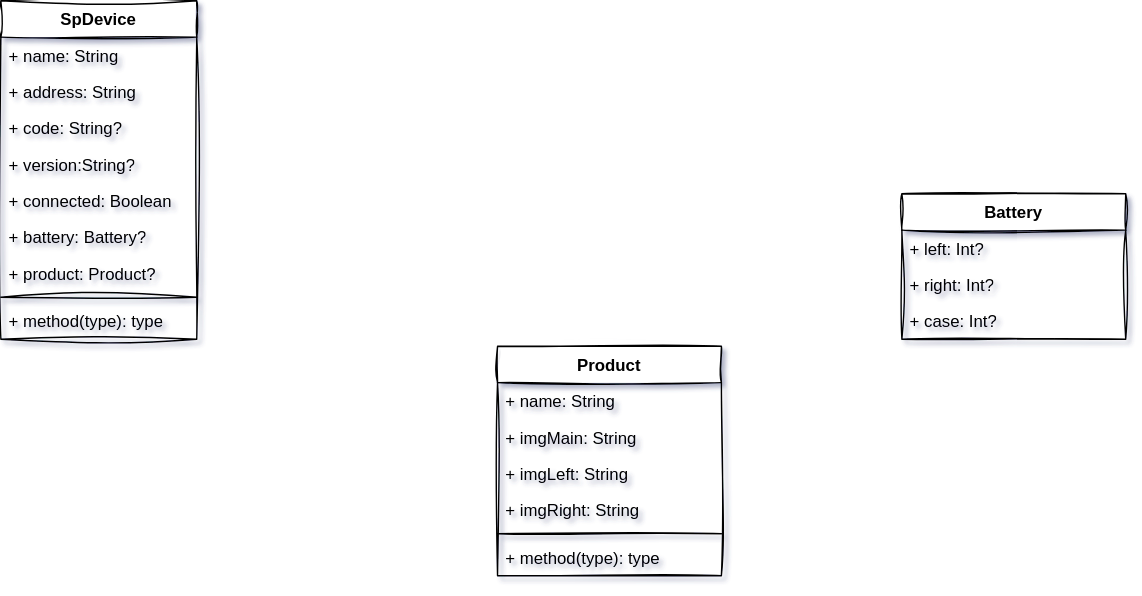
kekemao00/draw-libs keeps this draw.io diagram as 未命名绘图.drawio.svg. Above is the earlier version. Source tidied: cells renumbered, new cells last; positions are measured from the earlier drawing's top-left corner, leaving out a move shared by most shapes.
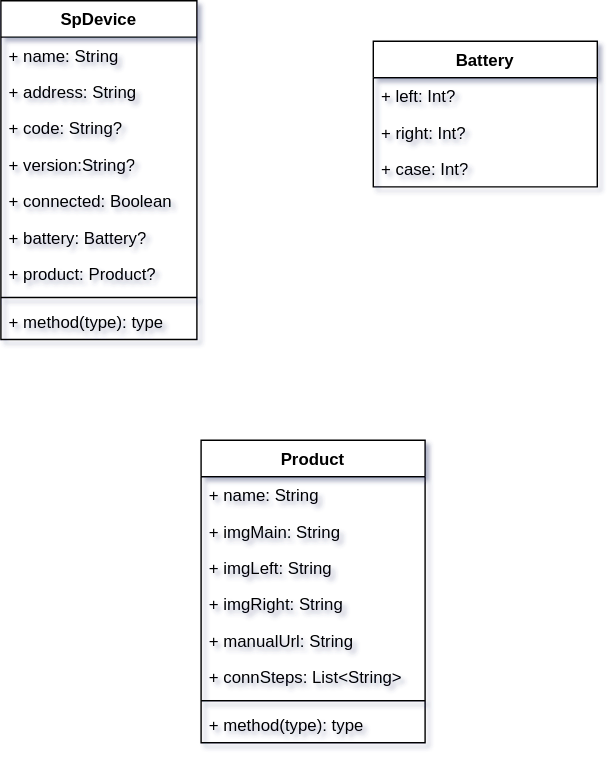
The same file after the commit.

Commit message:
更新未命名绘图.drawio.svg

Diff of the diagram source:
```diff
@@ -2,68 +2,74 @@
   <root>
     <mxCell id="0" />
     <mxCell id="1" parent="0" />
-    <mxCell id="2" value="SpDevice" style="swimlane;fontStyle=1;align=center;verticalAlign=top;horizontal=1;startSize=26;whiteSpace=wrap;html=1;labelBackgroundColor=none;rounded=0;sketch=1;curveFitting=1;jiggle=2;" parent="1" vertex="1">
+    <mxCell id="2" value="SpDevice" style="swimlane;fontStyle=1;align=center;verticalAlign=top;horizontal=1;startSize=26;whiteSpace=wrap;html=1;labelBackgroundColor=none;rounded=0;" parent="1" vertex="1">
       <mxGeometry width="140" height="242" as="geometry" />
     </mxCell>
-    <mxCell id="3" value="+ name: String" style="text;strokeColor=none;fillColor=none;align=left;verticalAlign=top;spacingLeft=4;spacingRight=4;overflow=hidden;whiteSpace=wrap;html=1;labelBackgroundColor=none;rounded=0;sketch=1;curveFitting=1;jiggle=2;" parent="2" vertex="1">
+    <mxCell id="3" value="+ name: String" style="text;strokeColor=none;fillColor=none;align=left;verticalAlign=top;spacingLeft=4;spacingRight=4;overflow=hidden;whiteSpace=wrap;html=1;labelBackgroundColor=none;rounded=0;" parent="2" vertex="1">
       <mxGeometry y="26" width="140" height="26" as="geometry" />
     </mxCell>
-    <mxCell id="4" value="+ address: String" style="text;strokeColor=none;fillColor=none;align=left;verticalAlign=top;spacingLeft=4;spacingRight=4;overflow=hidden;whiteSpace=wrap;html=1;labelBackgroundColor=none;rounded=0;sketch=1;curveFitting=1;jiggle=2;" parent="2" vertex="1">
+    <mxCell id="4" value="+ address: String" style="text;strokeColor=none;fillColor=none;align=left;verticalAlign=top;spacingLeft=4;spacingRight=4;overflow=hidden;whiteSpace=wrap;html=1;labelBackgroundColor=none;rounded=0;" parent="2" vertex="1">
       <mxGeometry y="52" width="140" height="26" as="geometry" />
     </mxCell>
-    <mxCell id="5" value="+ code: String?" style="text;strokeColor=none;fillColor=none;align=left;verticalAlign=top;spacingLeft=4;spacingRight=4;overflow=hidden;whiteSpace=wrap;html=1;labelBackgroundColor=none;rounded=0;sketch=1;curveFitting=1;jiggle=2;" parent="2" vertex="1">
+    <mxCell id="5" value="+ code: String?" style="text;strokeColor=none;fillColor=none;align=left;verticalAlign=top;spacingLeft=4;spacingRight=4;overflow=hidden;whiteSpace=wrap;html=1;labelBackgroundColor=none;rounded=0;" parent="2" vertex="1">
       <mxGeometry y="78" width="140" height="26" as="geometry" />
     </mxCell>
-    <mxCell id="6" value="+ version:String?" style="text;strokeColor=none;fillColor=none;align=left;verticalAlign=top;spacingLeft=4;spacingRight=4;overflow=hidden;whiteSpace=wrap;html=1;labelBackgroundColor=none;rounded=0;sketch=1;curveFitting=1;jiggle=2;" parent="2" vertex="1">
+    <mxCell id="6" value="+ version:String?" style="text;strokeColor=none;fillColor=none;align=left;verticalAlign=top;spacingLeft=4;spacingRight=4;overflow=hidden;whiteSpace=wrap;html=1;labelBackgroundColor=none;rounded=0;" parent="2" vertex="1">
       <mxGeometry y="104" width="140" height="26" as="geometry" />
     </mxCell>
-    <mxCell id="7" value="+ connected: Boolean" style="text;strokeColor=none;fillColor=none;align=left;verticalAlign=top;spacingLeft=4;spacingRight=4;overflow=hidden;whiteSpace=wrap;html=1;labelBackgroundColor=none;rounded=0;sketch=1;curveFitting=1;jiggle=2;" parent="2" vertex="1">
+    <mxCell id="7" value="+ connected: Boolean" style="text;strokeColor=none;fillColor=none;align=left;verticalAlign=top;spacingLeft=4;spacingRight=4;overflow=hidden;whiteSpace=wrap;html=1;labelBackgroundColor=none;rounded=0;" parent="2" vertex="1">
       <mxGeometry y="130" width="140" height="26" as="geometry" />
     </mxCell>
-    <mxCell id="8" value="+ battery: Battery?&lt;div&gt;&lt;br&gt;&lt;/div&gt;" style="text;strokeColor=none;fillColor=none;align=left;verticalAlign=top;spacingLeft=4;spacingRight=4;overflow=hidden;whiteSpace=wrap;html=1;labelBackgroundColor=none;rounded=0;sketch=1;curveFitting=1;jiggle=2;" parent="2" vertex="1">
+    <mxCell id="8" value="+ battery: Battery?&lt;div&gt;&lt;br&gt;&lt;/div&gt;" style="text;strokeColor=none;fillColor=none;align=left;verticalAlign=top;spacingLeft=4;spacingRight=4;overflow=hidden;whiteSpace=wrap;html=1;labelBackgroundColor=none;rounded=0;" parent="2" vertex="1">
       <mxGeometry y="156" width="140" height="26" as="geometry" />
     </mxCell>
-    <mxCell id="9" value="+ product: Product?" style="text;strokeColor=none;fillColor=none;align=left;verticalAlign=top;spacingLeft=4;spacingRight=4;overflow=hidden;whiteSpace=wrap;html=1;labelBackgroundColor=none;rounded=0;sketch=1;curveFitting=1;jiggle=2;" parent="2" vertex="1">
+    <mxCell id="9" value="+ product: Product?" style="text;strokeColor=none;fillColor=none;align=left;verticalAlign=top;spacingLeft=4;spacingRight=4;overflow=hidden;whiteSpace=wrap;html=1;labelBackgroundColor=none;rounded=0;" parent="2" vertex="1">
       <mxGeometry y="182" width="140" height="26" as="geometry" />
     </mxCell>
-    <mxCell id="10" style="line;strokeWidth=1;fillColor=none;align=left;verticalAlign=middle;spacingTop=-1;spacingLeft=3;spacingRight=3;labelPosition=right;labelBackgroundColor=none;rounded=0;sketch=1;curveFitting=1;jiggle=2;" parent="2" vertex="1">
+    <mxCell id="10" style="line;strokeWidth=1;fillColor=none;align=left;verticalAlign=middle;spacingTop=-1;spacingLeft=3;spacingRight=3;labelPosition=right;labelBackgroundColor=none;rounded=0;" parent="2" vertex="1">
       <mxGeometry y="208" width="140" height="8" as="geometry" />
     </mxCell>
-    <mxCell id="11" value="+ method(type): type" style="text;strokeColor=none;fillColor=none;align=left;verticalAlign=top;spacingLeft=4;spacingRight=4;overflow=hidden;whiteSpace=wrap;html=1;labelBackgroundColor=none;rounded=0;sketch=1;curveFitting=1;jiggle=2;" parent="2" vertex="1">
+    <mxCell id="11" value="+ method(type): type" style="text;strokeColor=none;fillColor=none;align=left;verticalAlign=top;spacingLeft=4;spacingRight=4;overflow=hidden;whiteSpace=wrap;html=1;labelBackgroundColor=none;rounded=0;" parent="2" vertex="1">
       <mxGeometry y="216" width="140" height="26" as="geometry" />
     </mxCell>
-    <mxCell id="12" value="Battery" style="swimlane;fontStyle=1;align=center;verticalAlign=top;horizontal=1;startSize=26;whiteSpace=wrap;html=1;labelBackgroundColor=none;rounded=0;sketch=1;curveFitting=1;jiggle=2;" parent="1" vertex="1">
-      <mxGeometry x="644" y="138" width="160" height="104" as="geometry" />
+    <mxCell id="12" value="Battery" style="swimlane;fontStyle=1;align=center;verticalAlign=top;horizontal=1;startSize=26;whiteSpace=wrap;html=1;labelBackgroundColor=none;rounded=0;" parent="1" vertex="1">
+      <mxGeometry x="266" y="29" width="160" height="104" as="geometry" />
     </mxCell>
-    <mxCell id="13" value="+&amp;nbsp;left: Int?" style="text;strokeColor=none;fillColor=none;align=left;verticalAlign=top;spacingLeft=4;spacingRight=4;overflow=hidden;whiteSpace=wrap;html=1;labelBackgroundColor=none;rounded=0;sketch=1;curveFitting=1;jiggle=2;" parent="12" vertex="1">
+    <mxCell id="13" value="+&amp;nbsp;left: Int?" style="text;strokeColor=none;fillColor=none;align=left;verticalAlign=top;spacingLeft=4;spacingRight=4;overflow=hidden;whiteSpace=wrap;html=1;labelBackgroundColor=none;rounded=0;" parent="12" vertex="1">
       <mxGeometry y="26" width="160" height="26" as="geometry" />
     </mxCell>
-    <mxCell id="14" value="+ right&lt;span style=&quot;background-color: transparent; color: light-dark(rgb(0, 0, 0), rgb(255, 255, 255));&quot;&gt;: Int?&lt;/span&gt;" style="text;strokeColor=none;fillColor=none;align=left;verticalAlign=top;spacingLeft=4;spacingRight=4;overflow=hidden;whiteSpace=wrap;html=1;labelBackgroundColor=none;rounded=0;sketch=1;curveFitting=1;jiggle=2;" parent="12" vertex="1">
+    <mxCell id="14" value="+ right&lt;span style=&quot;background-color: transparent; color: light-dark(rgb(0, 0, 0), rgb(255, 255, 255));&quot;&gt;: Int?&lt;/span&gt;" style="text;strokeColor=none;fillColor=none;align=left;verticalAlign=top;spacingLeft=4;spacingRight=4;overflow=hidden;whiteSpace=wrap;html=1;labelBackgroundColor=none;rounded=0;" parent="12" vertex="1">
       <mxGeometry y="52" width="160" height="26" as="geometry" />
     </mxCell>
-    <mxCell id="15" value="+ case: Int?" style="text;strokeColor=none;fillColor=none;align=left;verticalAlign=top;spacingLeft=4;spacingRight=4;overflow=hidden;whiteSpace=wrap;html=1;labelBackgroundColor=none;rounded=0;sketch=1;curveFitting=1;jiggle=2;" parent="12" vertex="1">
+    <mxCell id="15" value="+ case: Int?" style="text;strokeColor=none;fillColor=none;align=left;verticalAlign=top;spacingLeft=4;spacingRight=4;overflow=hidden;whiteSpace=wrap;html=1;labelBackgroundColor=none;rounded=0;" parent="12" vertex="1">
       <mxGeometry y="78" width="160" height="26" as="geometry" />
     </mxCell>
-    <mxCell id="16" value="Product" style="swimlane;fontStyle=1;align=center;verticalAlign=top;horizontal=1;startSize=26;whiteSpace=wrap;html=1;labelBackgroundColor=none;rounded=0;sketch=1;curveFitting=1;jiggle=2;" parent="1" vertex="1">
-      <mxGeometry x="355" y="247" width="160" height="164" as="geometry" />
+    <mxCell id="16" value="Product" style="swimlane;fontStyle=1;align=center;verticalAlign=top;horizontal=1;startSize=26;whiteSpace=wrap;html=1;labelBackgroundColor=none;rounded=0;" parent="1" vertex="1">
+      <mxGeometry x="143" y="314" width="160" height="216" as="geometry" />
     </mxCell>
-    <mxCell id="17" value="+ name: String" style="text;strokeColor=none;fillColor=none;align=left;verticalAlign=top;spacingLeft=4;spacingRight=4;overflow=hidden;whiteSpace=wrap;html=1;labelBackgroundColor=none;rounded=0;sketch=1;curveFitting=1;jiggle=2;" parent="16" vertex="1">
+    <mxCell id="17" value="+ name: String" style="text;strokeColor=none;fillColor=none;align=left;verticalAlign=top;spacingLeft=4;spacingRight=4;overflow=hidden;whiteSpace=wrap;html=1;labelBackgroundColor=none;rounded=0;" parent="16" vertex="1">
       <mxGeometry y="26" width="160" height="26" as="geometry" />
     </mxCell>
-    <mxCell id="18" value="+ imgMain: String" style="text;strokeColor=none;fillColor=none;align=left;verticalAlign=top;spacingLeft=4;spacingRight=4;overflow=hidden;whiteSpace=wrap;html=1;labelBackgroundColor=none;rounded=0;sketch=1;curveFitting=1;jiggle=2;" parent="16" vertex="1">
+    <mxCell id="18" value="+ imgMain: String" style="text;strokeColor=none;fillColor=none;align=left;verticalAlign=top;spacingLeft=4;spacingRight=4;overflow=hidden;whiteSpace=wrap;html=1;labelBackgroundColor=none;rounded=0;" parent="16" vertex="1">
       <mxGeometry y="52" width="160" height="26" as="geometry" />
     </mxCell>
-    <mxCell id="19" value="+ img&lt;span style=&quot;background-color: transparent; color: light-dark(rgb(0, 0, 0), rgb(255, 255, 255));&quot;&gt;Left: String&lt;/span&gt;" style="text;strokeColor=none;fillColor=none;align=left;verticalAlign=top;spacingLeft=4;spacingRight=4;overflow=hidden;whiteSpace=wrap;html=1;labelBackgroundColor=none;rounded=0;sketch=1;curveFitting=1;jiggle=2;" parent="16" vertex="1">
+    <mxCell id="19" value="+ img&lt;span style=&quot;background-color: transparent; color: light-dark(rgb(0, 0, 0), rgb(255, 255, 255));&quot;&gt;Left: String&lt;/span&gt;" style="text;strokeColor=none;fillColor=none;align=left;verticalAlign=top;spacingLeft=4;spacingRight=4;overflow=hidden;whiteSpace=wrap;html=1;labelBackgroundColor=none;rounded=0;" parent="16" vertex="1">
       <mxGeometry y="78" width="160" height="26" as="geometry" />
     </mxCell>
-    <mxCell id="20" value="+ imgRight: String" style="text;strokeColor=none;fillColor=none;align=left;verticalAlign=top;spacingLeft=4;spacingRight=4;overflow=hidden;whiteSpace=wrap;html=1;labelBackgroundColor=none;rounded=0;sketch=1;curveFitting=1;jiggle=2;" parent="16" vertex="1">
+    <mxCell id="20" value="+ imgRight: String" style="text;strokeColor=none;fillColor=none;align=left;verticalAlign=top;spacingLeft=4;spacingRight=4;overflow=hidden;whiteSpace=wrap;html=1;labelBackgroundColor=none;rounded=0;" parent="16" vertex="1">
       <mxGeometry y="104" width="160" height="26" as="geometry" />
     </mxCell>
+    <mxCell id="23" value="+ manualUrl: String" style="text;strokeColor=none;fillColor=none;align=left;verticalAlign=top;spacingLeft=4;spacingRight=4;overflow=hidden;whiteSpace=wrap;html=1;" parent="16" vertex="1">
+      <mxGeometry y="130" width="160" height="26" as="geometry" />
+    </mxCell>
+    <mxCell id="24" value="+ connSteps: List&amp;lt;String&amp;gt;" style="text;strokeColor=none;fillColor=none;align=left;verticalAlign=top;spacingLeft=4;spacingRight=4;overflow=hidden;whiteSpace=wrap;html=1;" parent="16" vertex="1">
+      <mxGeometry y="156" width="160" height="26" as="geometry" />
+    </mxCell>
-    <mxCell id="21" style="line;strokeWidth=1;fillColor=none;align=left;verticalAlign=middle;spacingTop=-1;spacingLeft=3;spacingRight=3;labelPosition=right;labelBackgroundColor=none;rounded=0;sketch=1;curveFitting=1;jiggle=2;" parent="16" vertex="1">
-      <mxGeometry y="130" width="160" height="8" as="geometry" />
+    <mxCell id="21" style="line;strokeWidth=1;fillColor=none;align=left;verticalAlign=middle;spacingTop=-1;spacingLeft=3;spacingRight=3;labelPosition=right;labelBackgroundColor=none;rounded=0;" parent="16" vertex="1">
+      <mxGeometry y="182" width="160" height="8" as="geometry" />
     </mxCell>
-    <mxCell id="22" value="+ method(type): type" style="text;strokeColor=none;fillColor=none;align=left;verticalAlign=top;spacingLeft=4;spacingRight=4;overflow=hidden;whiteSpace=wrap;html=1;labelBackgroundColor=none;rounded=0;sketch=1;curveFitting=1;jiggle=2;" parent="16" vertex="1">
-      <mxGeometry y="138" width="160" height="26" as="geometry" />
+    <mxCell id="22" value="+ method(type): type" style="text;strokeColor=none;fillColor=none;align=left;verticalAlign=top;spacingLeft=4;spacingRight=4;overflow=hidden;whiteSpace=wrap;html=1;labelBackgroundColor=none;rounded=0;" parent="16" vertex="1">
+      <mxGeometry y="190" width="160" height="26" as="geometry" />
     </mxCell>
   </root>
 </mxGraphModel>
```
